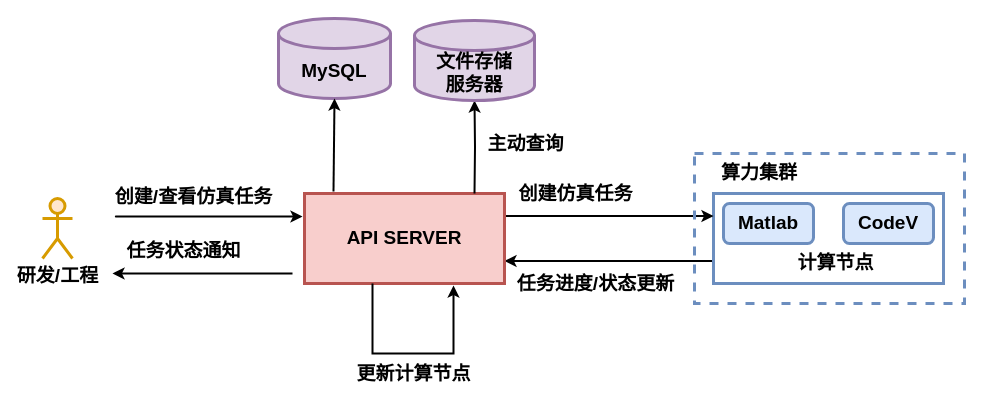
YangJuly/FigureBed keeps this draw.io diagram as 任务管理模块.drawio. Above is the earlier version. Source tidied: cells renumbered, new cells numbered last; positions are measured from the earlier drawing's top-left corner, leaving out a move shared by most shapes. Both pictures are drawn from the tidied source at 100%, with x=0, y=0 at pixel (42, 18).
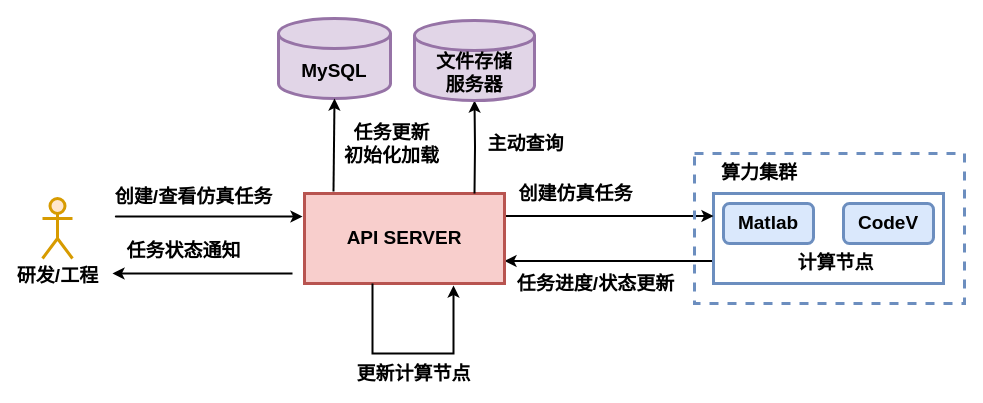
After the change.

Commit message:
Update 任务管理模块.drawio

Diff of the diagram source:
```diff
@@
+    <mxCell id="25" value="任务更新&lt;br&gt;初始化加载" style="edgeLabel;html=1;align=center;verticalAlign=middle;fontSize=19;fontStyle=1;" parent="1" vertex="1">
+      <mxGeometry x="348" y="125" as="geometry" />
+    </mxCell>
```
